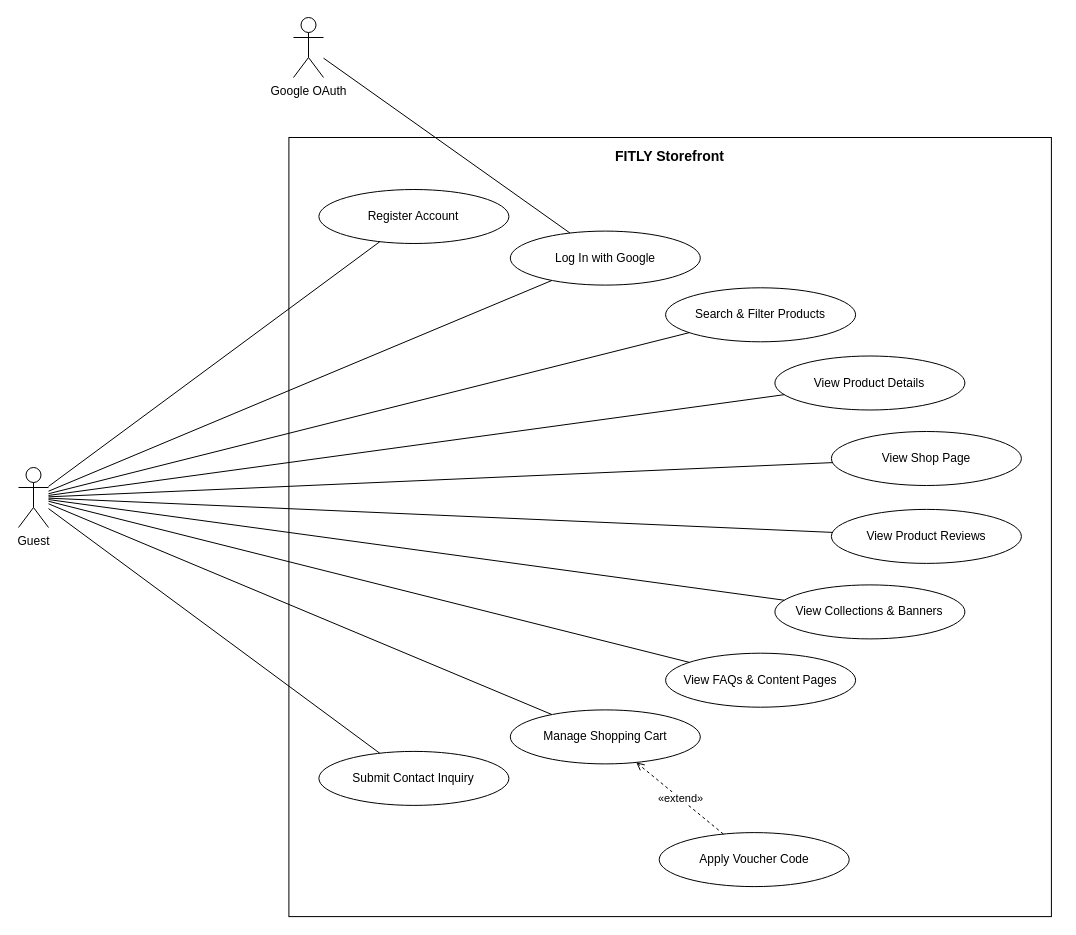
The draw.io diagram page "Guest - Browsing & Account" (2 of 24) of docs/design/usecase/FITLY-usecase.drawio in vietcachep/eco_fashion_be, before the edit. Source tidied: cells renumbered, new cells numbered last; positions are measured from the earlier drawing's top-left corner, leaving out a move shared by most shapes. Both pictures are drawn from the tidied source at 100%, with x=0, y=0 at pixel (18, 17).
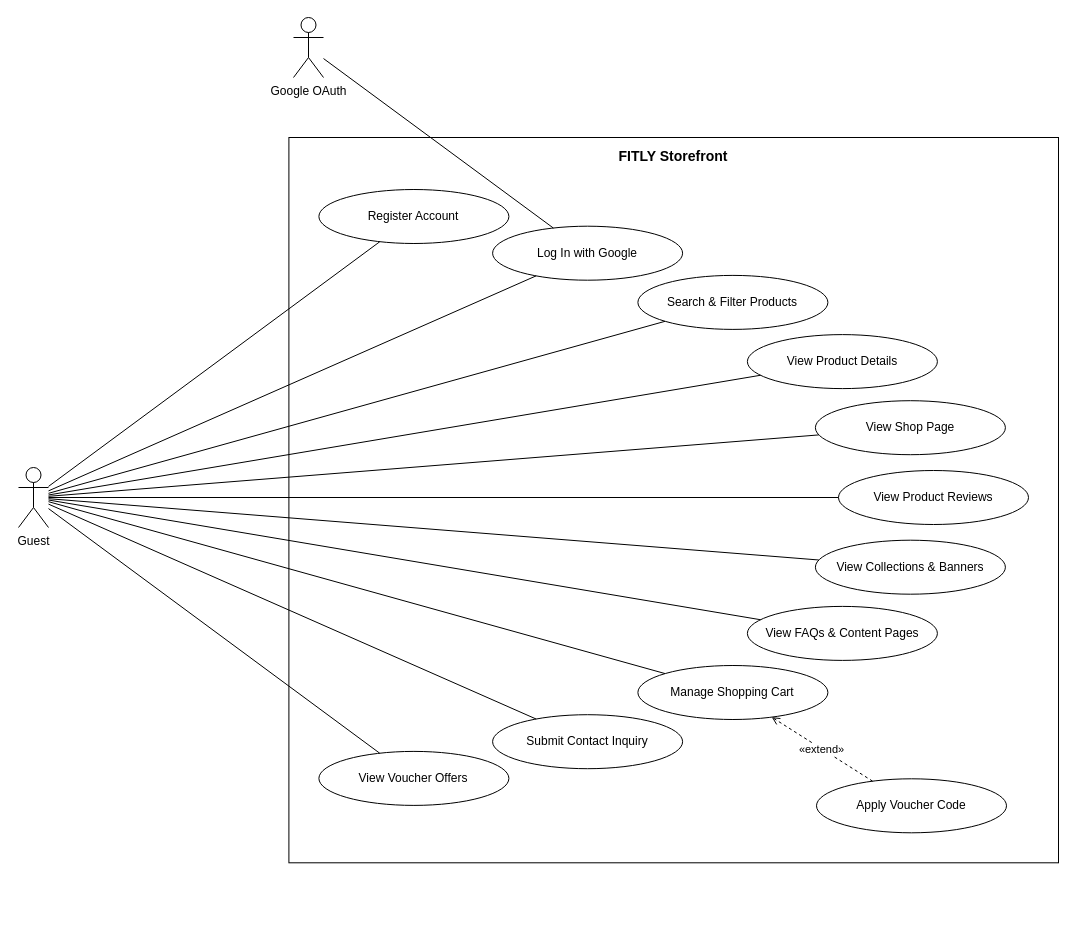
After the change.

Unchanged cells that the change refers to:
```xml
<mxCell id="3" value="Register Account" style="ellipse;whiteSpace=wrap;html=1;fontSize=12;fillColor=#FFFFFF;" parent="1" vertex="1">
  <mxGeometry x="300.4" y="172" width="190" height="54" as="geometry" />
</mxCell>
```

Change to the diagram source:
```diff
@@
     <mxCell id="2" value="FITLY Storefront" style="rounded=0;whiteSpace=wrap;html=1;fillColor=none;verticalAlign=top;fontStyle=1;fontSize=14;spacingTop=4;" parent="1" vertex="1">
-      <mxGeometry x="270.4" y="120" width="762.5" height="779.1" as="geometry" />
+      <mxGeometry x="270.4" y="120" width="769.6" height="725.3" as="geometry" />
     </mxCell>
@@
     <mxCell id="4" value="Log In with Google" style="ellipse;whiteSpace=wrap;html=1;fontSize=12;fillColor=#FFFFFF;" parent="1" vertex="1">
-      <mxGeometry x="491.8" y="213.6" width="190" height="54" as="geometry" />
+      <mxGeometry x="474.1" y="208.7" width="190" height="54" as="geometry" />
     </mxCell>
     <mxCell id="5" value="Search &amp; Filter Products" style="ellipse;whiteSpace=wrap;html=1;fontSize=12;fillColor=#FFFFFF;" parent="1" vertex="1">
-      <mxGeometry x="647.1" y="270.3" width="190" height="54" as="geometry" />
+      <mxGeometry x="619.4" y="257.9" width="190" height="54" as="geometry" />
     </mxCell>
     <mxCell id="6" value="View Product Details" style="ellipse;whiteSpace=wrap;html=1;fontSize=12;fillColor=#FFFFFF;" parent="1" vertex="1">
-      <mxGeometry x="756.4" y="338.5" width="190" height="54" as="geometry" />
+      <mxGeometry x="728.9" y="317.1" width="190" height="54" as="geometry" />
     </mxCell>
     <mxCell id="7" value="View Shop Page" style="ellipse;whiteSpace=wrap;html=1;fontSize=12;fillColor=#FFFFFF;" parent="1" vertex="1">
-      <mxGeometry x="812.9" y="414" width="190" height="54" as="geometry" />
+      <mxGeometry x="796.9" y="383.2" width="190" height="54" as="geometry" />
     </mxCell>
     <mxCell id="8" value="View Product Reviews" style="ellipse;whiteSpace=wrap;html=1;fontSize=12;fillColor=#FFFFFF;" parent="1" vertex="1">
-      <mxGeometry x="812.9" y="491.9" width="190" height="54" as="geometry" />
+      <mxGeometry x="820" y="453" width="190" height="54" as="geometry" />
     </mxCell>
     <mxCell id="9" value="View Collections &amp; Banners" style="ellipse;whiteSpace=wrap;html=1;fontSize=12;fillColor=#FFFFFF;" parent="1" vertex="1">
-      <mxGeometry x="756.4" y="567.4" width="190" height="54" as="geometry" />
+      <mxGeometry x="796.9" y="522.7" width="190" height="54" as="geometry" />
     </mxCell>
     <mxCell id="10" value="View FAQs &amp; Content Pages" style="ellipse;whiteSpace=wrap;html=1;fontSize=12;fillColor=#FFFFFF;" parent="1" vertex="1">
-      <mxGeometry x="647.1" y="635.7" width="190" height="54" as="geometry" />
+      <mxGeometry x="728.9" y="588.9" width="190" height="54" as="geometry" />
     </mxCell>
     <mxCell id="11" value="Manage Shopping Cart" style="ellipse;whiteSpace=wrap;html=1;fontSize=12;fillColor=#FFFFFF;" parent="1" vertex="1">
-      <mxGeometry x="491.8" y="692.4" width="190" height="54" as="geometry" />
+      <mxGeometry x="619.4" y="648" width="190" height="54" as="geometry" />
     </mxCell>
     <mxCell id="12" value="Submit Contact Inquiry" style="ellipse;whiteSpace=wrap;html=1;fontSize=12;fillColor=#FFFFFF;" parent="1" vertex="1">
-      <mxGeometry x="300.4" y="733.9" width="190" height="54" as="geometry" />
+      <mxGeometry x="474.1" y="697.2" width="190" height="54" as="geometry" />
     </mxCell>
-    <mxCell id="13" value="Apply Voucher Code" style="ellipse;whiteSpace=wrap;html=1;fontSize=12;fillColor=#FFFFFF;" parent="1" vertex="1">
-      <mxGeometry x="640.7" y="815.1" width="190" height="54" as="geometry" />
+    <mxCell id="13" value="View Voucher Offers" style="ellipse;whiteSpace=wrap;html=1;fontSize=12;fillColor=#FFFFFF;" parent="1" vertex="1">
+      <mxGeometry x="300.4" y="733.9" width="190" height="54" as="geometry" />
     </mxCell>
-    <mxCell id="14" value="Guest" style="shape=umlActor;verticalLabelPosition=bottom;verticalAlign=top;html=1;outlineConnect=0;" parent="1" vertex="1">
-      <mxGeometry y="450" width="30" height="60" as="geometry" />
+    <mxCell id="14" value="Apply Voucher Code" style="ellipse;whiteSpace=wrap;html=1;fontSize=12;fillColor=#FFFFFF;" parent="1" vertex="1">
+      <mxGeometry x="798" y="761.3" width="190" height="54" as="geometry" />
     </mxCell>
-    <mxCell id="15" value="Google OAuth" style="shape=umlActor;verticalLabelPosition=bottom;verticalAlign=top;html=1;outlineConnect=0;" parent="1" vertex="1">
-      <mxGeometry x="275" width="30" height="60" as="geometry" />
+    <mxCell id="15" value="Guest" style="shape=umlActor;verticalLabelPosition=bottom;verticalAlign=top;html=1;outlineConnect=0;" parent="1" vertex="1">
+      <mxGeometry y="450" width="30" height="60" as="geometry" />
     </mxCell>
-    <mxCell id="16" style="edgeStyle=none;html=1;rounded=0;endArrow=none;" parent="1" edge="1" source="14" target="3">
-      <mxGeometry relative="1" as="geometry" />
+    <mxCell id="16" value="Google OAuth" style="shape=umlActor;verticalLabelPosition=bottom;verticalAlign=top;html=1;outlineConnect=0;" parent="1" vertex="1">
+      <mxGeometry x="275" width="30" height="60" as="geometry" />
     </mxCell>
-    <mxCell id="17" style="edgeStyle=none;html=1;rounded=0;endArrow=none;" parent="1" edge="1" source="14" target="4">
+    <mxCell id="17" style="edgeStyle=none;html=1;rounded=0;endArrow=none;" parent="1" edge="1" source="15" target="3">
       <mxGeometry relative="1" as="geometry" />
     </mxCell>
-    <mxCell id="18" style="edgeStyle=none;html=1;rounded=0;endArrow=none;" parent="1" edge="1" source="14" target="5">
+    <mxCell id="18" style="edgeStyle=none;html=1;rounded=0;endArrow=none;" parent="1" edge="1" source="15" target="4">
       <mxGeometry relative="1" as="geometry" />
     </mxCell>
-    <mxCell id="19" style="edgeStyle=none;html=1;rounded=0;endArrow=none;" parent="1" edge="1" source="14" target="6">
+    <mxCell id="19" style="edgeStyle=none;html=1;rounded=0;endArrow=none;" parent="1" edge="1" source="15" target="5">
       <mxGeometry relative="1" as="geometry" />
     </mxCell>
-    <mxCell id="20" style="edgeStyle=none;html=1;rounded=0;endArrow=none;" parent="1" edge="1" source="14" target="7">
+    <mxCell id="20" style="edgeStyle=none;html=1;rounded=0;endArrow=none;" parent="1" edge="1" source="15" target="6">
       <mxGeometry relative="1" as="geometry" />
     </mxCell>
-    <mxCell id="21" style="edgeStyle=none;html=1;rounded=0;endArrow=none;" parent="1" edge="1" source="14" target="8">
+    <mxCell id="21" style="edgeStyle=none;html=1;rounded=0;endArrow=none;" parent="1" edge="1" source="15" target="7">
       <mxGeometry relative="1" as="geometry" />
     </mxCell>
-    <mxCell id="22" style="edgeStyle=none;html=1;rounded=0;endArrow=none;" parent="1" edge="1" source="14" target="9">
+    <mxCell id="22" style="edgeStyle=none;html=1;rounded=0;endArrow=none;" parent="1" edge="1" source="15" target="8">
       <mxGeometry relative="1" as="geometry" />
     </mxCell>
-    <mxCell id="23" style="edgeStyle=none;html=1;rounded=0;endArrow=none;" parent="1" edge="1" source="14" target="10">
+    <mxCell id="23" style="edgeStyle=none;html=1;rounded=0;endArrow=none;" parent="1" edge="1" source="15" target="9">
       <mxGeometry relative="1" as="geometry" />
     </mxCell>
-    <mxCell id="24" style="edgeStyle=none;html=1;rounded=0;endArrow=none;" parent="1" edge="1" source="14" target="11">
+    <mxCell id="24" style="edgeStyle=none;html=1;rounded=0;endArrow=none;" parent="1" edge="1" source="15" target="10">
       <mxGeometry relative="1" as="geometry" />
     </mxCell>
-    <mxCell id="25" style="edgeStyle=none;html=1;rounded=0;endArrow=none;" parent="1" edge="1" source="14" target="12">
+    <mxCell id="25" style="edgeStyle=none;html=1;rounded=0;endArrow=none;" parent="1" edge="1" source="15" target="11">
       <mxGeometry relative="1" as="geometry" />
     </mxCell>
-    <mxCell id="26" value="«extend»" style="edgeStyle=none;html=1;rounded=0;dashed=1;endArrow=open;endFill=0;fontSize=11;" parent="1" edge="1" source="13" target="11">
+    <mxCell id="26" style="edgeStyle=none;html=1;rounded=0;endArrow=none;" parent="1" edge="1" source="15" target="12">
       <mxGeometry relative="1" as="geometry" />
     </mxCell>
-    <mxCell id="27" style="edgeStyle=none;html=1;rounded=0;endArrow=none;" parent="1" edge="1" source="15" target="4">
+    <mxCell id="27" style="edgeStyle=none;html=1;rounded=0;endArrow=none;" parent="1" edge="1" source="15" target="13">
       <mxGeometry relative="1" as="geometry" />
     </mxCell>
+    <mxCell id="28" value="«extend»" style="edgeStyle=none;html=1;rounded=0;dashed=1;endArrow=open;endFill=0;fontSize=11;" parent="1" edge="1" source="14" target="11">
+      <mxGeometry relative="1" as="geometry" />
+    </mxCell>
+    <mxCell id="29" style="edgeStyle=none;html=1;rounded=0;endArrow=none;" parent="1" edge="1" source="16" target="4">
+      <mxGeometry relative="1" as="geometry" />
+    </mxCell>
```
